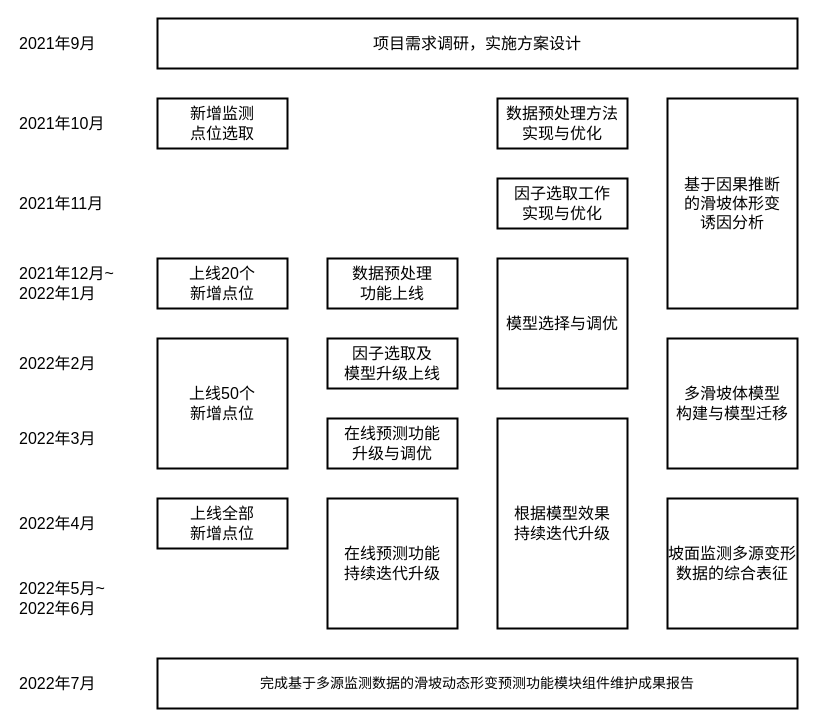
Above: LandslideSchedule.drawio in coconutn256/studyFiles (draw.io), before the change. Source tidied: cells renumbered, new cells numbered last; positions are measured from the earlier drawing's top-left corner, leaving out a move shared by most shapes. Both pictures are drawn from the tidied source at 100%, with x=0, y=0 at pixel (17, 18).
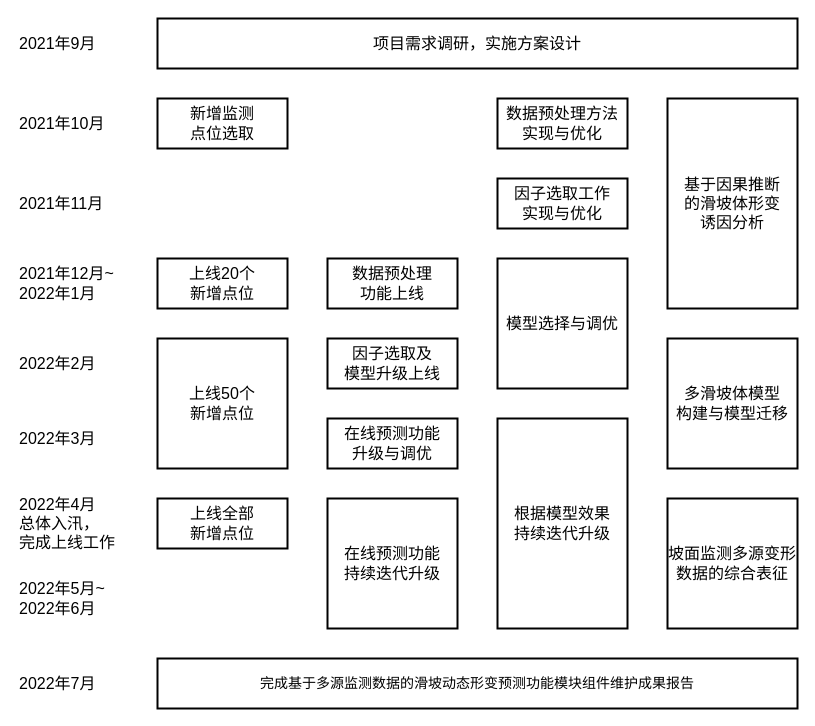
The same page after the edit.

What changed in the source:
```diff
@@
-    <mxCell id="24" value="&lt;font style=&quot;font-size: 16px&quot;&gt;2022年4月&lt;br&gt;&lt;/font&gt;" style="text;html=1;align=left;verticalAlign=middle;strokeColor=none;fillColor=none;" parent="1" vertex="1">
-      <mxGeometry y="495" width="90" height="20" as="geometry" />
+    <mxCell id="24" value="&lt;font style=&quot;font-size: 16px&quot;&gt;2022年4月&lt;br&gt;总体入汛，&lt;br&gt;完成上线工作&lt;br&gt;&lt;/font&gt;" style="text;html=1;align=left;verticalAlign=middle;strokeColor=none;fillColor=none;" parent="1" vertex="1">
+      <mxGeometry y="480" width="110" height="50" as="geometry" />
     </mxCell>
```
